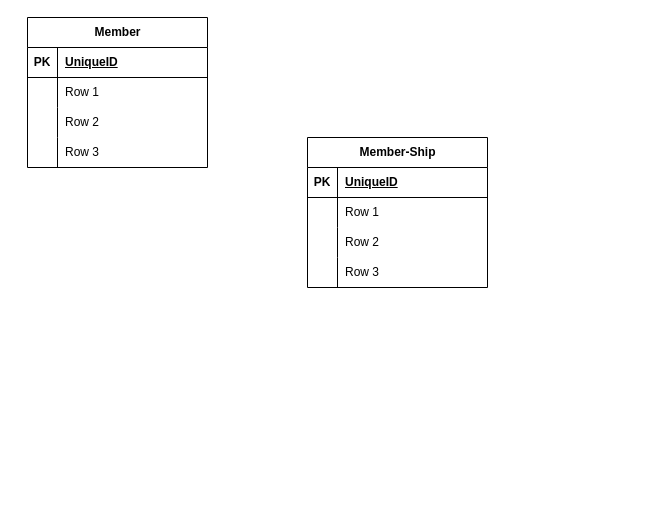
WaseemAlikhwan/Gym-System keeps this draw.io diagram as Untitled Diagram.drawio. Above is the earlier version. Source tidied: cells renumbered, new cells numbered last; positions are measured from the earlier drawing's top-left corner, leaving out a move shared by most shapes. Both pictures are drawn from the tidied source at 100%, with x=0, y=0 at pixel (27, 17).
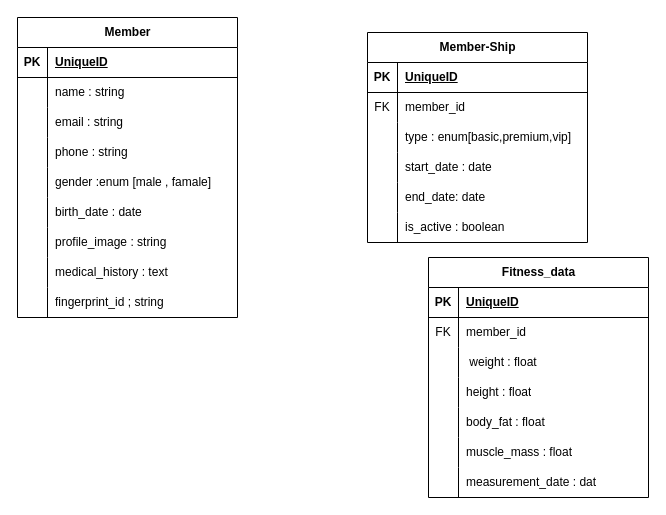
The same diagram, later.

The edit, as a diff of the source:
```diff
@@
     <mxCell id="2" value="Member-Ship" style="shape=table;startSize=30;childLayout=tableLayout;rowLines=0;fontStyle=1;align=center;html=1;" parent="1" vertex="1">
-      <mxGeometry x="280" y="120" width="180" height="150" as="geometry" />
+      <mxGeometry x="340" y="15" width="220" height="210" as="geometry" />
     </mxCell>
     <mxCell id="3" style="shape=tableRow;horizontal=0;startSize=0;swimlaneHead=0;swimlaneBody=0;fillColor=none;top=0;left=0;right=0;bottom=1;" parent="2" vertex="1">
-      <mxGeometry y="30" width="180" height="30" as="geometry" />
+      <mxGeometry y="30" width="220" height="30" as="geometry" />
     </mxCell>
@@
     <mxCell id="5" value="UniqueID" style="shape=partialRectangle;fillColor=none;top=0;left=0;bottom=0;right=0;align=left;spacingLeft=6;fontStyle=5;overflow=hidden;whiteSpace=wrap;html=1;" parent="3" vertex="1">
-      <mxGeometry x="30" width="150" height="30" as="geometry" />
+      <mxGeometry x="30" width="190" height="30" as="geometry" />
     </mxCell>
     <mxCell id="6" style="shape=tableRow;horizontal=0;startSize=0;swimlaneHead=0;swimlaneBody=0;fillColor=none;top=0;left=0;right=0;bottom=0;" parent="2" vertex="1">
-      <mxGeometry y="60" width="180" height="30" as="geometry" />
+      <mxGeometry y="60" width="220" height="30" as="geometry" />
     </mxCell>
-    <mxCell id="7" style="shape=partialRectangle;fillColor=none;top=0;left=0;bottom=0;right=0;overflow=hidden;whiteSpace=wrap;html=1;" parent="6" vertex="1">
+    <mxCell id="7" value="FK" style="shape=partialRectangle;fillColor=none;top=0;left=0;bottom=0;right=0;overflow=hidden;whiteSpace=wrap;html=1;" parent="6" vertex="1">
       <mxGeometry width="30" height="30" as="geometry" />
     </mxCell>
-    <mxCell id="8" value="Row 1" style="shape=partialRectangle;fillColor=none;top=0;left=0;bottom=0;right=0;align=left;spacingLeft=6;overflow=hidden;whiteSpace=wrap;html=1;" parent="6" vertex="1">
-      <mxGeometry x="30" width="150" height="30" as="geometry" />
+    <mxCell id="8" value="member_id" style="shape=partialRectangle;fillColor=none;top=0;left=0;bottom=0;right=0;align=left;spacingLeft=6;overflow=hidden;whiteSpace=wrap;html=1;" parent="6" vertex="1">
+      <mxGeometry x="30" width="190" height="30" as="geometry" />
     </mxCell>
     <mxCell id="9" style="shape=tableRow;horizontal=0;startSize=0;swimlaneHead=0;swimlaneBody=0;fillColor=none;top=0;left=0;right=0;bottom=0;" parent="2" vertex="1">
-      <mxGeometry y="90" width="180" height="30" as="geometry" />
+      <mxGeometry y="90" width="220" height="30" as="geometry" />
     </mxCell>
@@
-    <mxCell id="11" value="Row 2" style="shape=partialRectangle;fillColor=none;top=0;left=0;bottom=0;right=0;align=left;spacingLeft=6;overflow=hidden;whiteSpace=wrap;html=1;" parent="9" vertex="1">
-      <mxGeometry x="30" width="150" height="30" as="geometry" />
+    <mxCell id="11" value="type : enum[basic,premium,vip]&amp;nbsp;" style="shape=partialRectangle;fillColor=none;top=0;left=0;bottom=0;right=0;align=left;spacingLeft=6;overflow=hidden;whiteSpace=wrap;html=1;" parent="9" vertex="1">
+      <mxGeometry x="30" width="190" height="30" as="geometry" />
     </mxCell>
     <mxCell id="12" style="shape=tableRow;horizontal=0;startSize=0;swimlaneHead=0;swimlaneBody=0;fillColor=none;top=0;left=0;right=0;bottom=0;" parent="2" vertex="1">
-      <mxGeometry y="120" width="180" height="30" as="geometry" />
+      <mxGeometry y="120" width="220" height="30" as="geometry" />
     </mxCell>
@@
-    <mxCell id="14" value="Row 3" style="shape=partialRectangle;fillColor=none;top=0;left=0;bottom=0;right=0;align=left;spacingLeft=6;overflow=hidden;whiteSpace=wrap;html=1;" parent="12" vertex="1">
-      <mxGeometry x="30" width="150" height="30" as="geometry" />
+    <mxCell id="14" value="start_date : date" style="shape=partialRectangle;fillColor=none;top=0;left=0;bottom=0;right=0;align=left;spacingLeft=6;overflow=hidden;whiteSpace=wrap;html=1;" parent="12" vertex="1">
+      <mxGeometry x="30" width="190" height="30" as="geometry" />
     </mxCell>
+    <mxCell id="28" style="shape=tableRow;horizontal=0;startSize=0;swimlaneHead=0;swimlaneBody=0;fillColor=none;top=0;left=0;right=0;bottom=0;" parent="2" vertex="1">
+      <mxGeometry y="150" width="220" height="30" as="geometry" />
+    </mxCell>
+    <mxCell id="29" style="shape=partialRectangle;fillColor=none;top=0;left=0;bottom=0;right=0;overflow=hidden;whiteSpace=wrap;html=1;" parent="28" vertex="1">
+      <mxGeometry width="30" height="30" as="geometry" />
+    </mxCell>
+    <mxCell id="30" value="end_date: date" style="shape=partialRectangle;fillColor=none;top=0;left=0;bottom=0;right=0;align=left;spacingLeft=6;overflow=hidden;whiteSpace=wrap;html=1;" parent="28" vertex="1">
+      <mxGeometry x="30" width="190" height="30" as="geometry" />
+    </mxCell>
+    <mxCell id="31" style="shape=tableRow;horizontal=0;startSize=0;swimlaneHead=0;swimlaneBody=0;fillColor=none;top=0;left=0;right=0;bottom=0;" parent="2" vertex="1">
+      <mxGeometry y="180" width="220" height="30" as="geometry" />
+    </mxCell>
+    <mxCell id="32" style="shape=partialRectangle;fillColor=none;top=0;left=0;bottom=0;right=0;overflow=hidden;whiteSpace=wrap;html=1;" parent="31" vertex="1">
+      <mxGeometry width="30" height="30" as="geometry" />
+    </mxCell>
+    <mxCell id="33" value="is_active : boolean" style="shape=partialRectangle;fillColor=none;top=0;left=0;bottom=0;right=0;align=left;spacingLeft=6;overflow=hidden;whiteSpace=wrap;html=1;" parent="31" vertex="1">
+      <mxGeometry x="30" width="190" height="30" as="geometry" />
+    </mxCell>
     <mxCell id="15" value="Member" style="shape=table;startSize=30;childLayout=tableLayout;rowLines=0;fontStyle=1;align=center;html=1;" parent="1" vertex="1">
-      <mxGeometry width="180" height="150" as="geometry" />
+      <mxGeometry x="-10" width="220" height="300" as="geometry" />
     </mxCell>
     <mxCell id="16" style="shape=tableRow;horizontal=0;startSize=0;swimlaneHead=0;swimlaneBody=0;fillColor=none;top=0;left=0;right=0;bottom=1;" parent="15" vertex="1">
-      <mxGeometry y="30" width="180" height="30" as="geometry" />
+      <mxGeometry y="30" width="220" height="30" as="geometry" />
     </mxCell>
@@
     <mxCell id="18" value="UniqueID" style="shape=partialRectangle;fillColor=none;top=0;left=0;bottom=0;right=0;align=left;spacingLeft=6;fontStyle=5;overflow=hidden;whiteSpace=wrap;html=1;" parent="16" vertex="1">
-      <mxGeometry x="30" width="150" height="30" as="geometry" />
+      <mxGeometry x="30" width="190" height="30" as="geometry" />
     </mxCell>
     <mxCell id="19" style="shape=tableRow;horizontal=0;startSize=0;swimlaneHead=0;swimlaneBody=0;fillColor=none;top=0;left=0;right=0;bottom=0;" parent="15" vertex="1">
-      <mxGeometry y="60" width="180" height="30" as="geometry" />
+      <mxGeometry y="60" width="220" height="30" as="geometry" />
     </mxCell>
@@
-    <mxCell id="21" value="Row 1" style="shape=partialRectangle;fillColor=none;top=0;left=0;bottom=0;right=0;align=left;spacingLeft=6;overflow=hidden;whiteSpace=wrap;html=1;" parent="19" vertex="1">
-      <mxGeometry x="30" width="150" height="30" as="geometry" />
+    <mxCell id="21" value="name : string" style="shape=partialRectangle;fillColor=none;top=0;left=0;bottom=0;right=0;align=left;spacingLeft=6;overflow=hidden;whiteSpace=wrap;html=1;" parent="19" vertex="1">
+      <mxGeometry x="30" width="190" height="30" as="geometry" />
     </mxCell>
     <mxCell id="22" style="shape=tableRow;horizontal=0;startSize=0;swimlaneHead=0;swimlaneBody=0;fillColor=none;top=0;left=0;right=0;bottom=0;" parent="15" vertex="1">
-      <mxGeometry y="90" width="180" height="30" as="geometry" />
+      <mxGeometry y="90" width="220" height="30" as="geometry" />
     </mxCell>
@@
-    <mxCell id="24" value="Row 2" style="shape=partialRectangle;fillColor=none;top=0;left=0;bottom=0;right=0;align=left;spacingLeft=6;overflow=hidden;whiteSpace=wrap;html=1;" parent="22" vertex="1">
-      <mxGeometry x="30" width="150" height="30" as="geometry" />
+    <mxCell id="24" value="email : string&amp;nbsp;" style="shape=partialRectangle;fillColor=none;top=0;left=0;bottom=0;right=0;align=left;spacingLeft=6;overflow=hidden;whiteSpace=wrap;html=1;" parent="22" vertex="1">
+      <mxGeometry x="30" width="190" height="30" as="geometry" />
     </mxCell>
     <mxCell id="25" style="shape=tableRow;horizontal=0;startSize=0;swimlaneHead=0;swimlaneBody=0;fillColor=none;top=0;left=0;right=0;bottom=0;" parent="15" vertex="1">
-      <mxGeometry y="120" width="180" height="30" as="geometry" />
+      <mxGeometry y="120" width="220" height="30" as="geometry" />
     </mxCell>
@@
-    <mxCell id="27" value="Row 3" style="shape=partialRectangle;fillColor=none;top=0;left=0;bottom=0;right=0;align=left;spacingLeft=6;overflow=hidden;whiteSpace=wrap;html=1;" parent="25" vertex="1">
-      <mxGeometry x="30" width="150" height="30" as="geometry" />
+    <mxCell id="27" value="phone : string" style="shape=partialRectangle;fillColor=none;top=0;left=0;bottom=0;right=0;align=left;spacingLeft=6;overflow=hidden;whiteSpace=wrap;html=1;" parent="25" vertex="1">
+      <mxGeometry x="30" width="190" height="30" as="geometry" />
     </mxCell>
+    <mxCell id="34" style="shape=tableRow;horizontal=0;startSize=0;swimlaneHead=0;swimlaneBody=0;fillColor=none;top=0;left=0;right=0;bottom=0;" parent="15" vertex="1">
+      <mxGeometry y="150" width="220" height="30" as="geometry" />
+    </mxCell>
+    <mxCell id="35" style="shape=partialRectangle;fillColor=none;top=0;left=0;bottom=0;right=0;overflow=hidden;whiteSpace=wrap;html=1;" parent="34" vertex="1">
+      <mxGeometry width="30" height="30" as="geometry" />
+    </mxCell>
+    <mxCell id="36" value="gender :enum [male , famale]" style="shape=partialRectangle;fillColor=none;top=0;left=0;bottom=0;right=0;align=left;spacingLeft=6;overflow=hidden;whiteSpace=wrap;html=1;" parent="34" vertex="1">
+      <mxGeometry x="30" width="190" height="30" as="geometry" />
+    </mxCell>
+    <mxCell id="37" style="shape=tableRow;horizontal=0;startSize=0;swimlaneHead=0;swimlaneBody=0;fillColor=none;top=0;left=0;right=0;bottom=0;" parent="15" vertex="1">
+      <mxGeometry y="180" width="220" height="30" as="geometry" />
+    </mxCell>
+    <mxCell id="38" style="shape=partialRectangle;fillColor=none;top=0;left=0;bottom=0;right=0;overflow=hidden;whiteSpace=wrap;html=1;" parent="37" vertex="1">
+      <mxGeometry width="30" height="30" as="geometry" />
+    </mxCell>
+    <mxCell id="39" value="birth_date : date" style="shape=partialRectangle;fillColor=none;top=0;left=0;bottom=0;right=0;align=left;spacingLeft=6;overflow=hidden;whiteSpace=wrap;html=1;" parent="37" vertex="1">
+      <mxGeometry x="30" width="190" height="30" as="geometry" />
+    </mxCell>
+    <mxCell id="40" style="shape=tableRow;horizontal=0;startSize=0;swimlaneHead=0;swimlaneBody=0;fillColor=none;top=0;left=0;right=0;bottom=0;" parent="15" vertex="1">
+      <mxGeometry y="210" width="220" height="30" as="geometry" />
+    </mxCell>
+    <mxCell id="41" style="shape=partialRectangle;fillColor=none;top=0;left=0;bottom=0;right=0;overflow=hidden;whiteSpace=wrap;html=1;" parent="40" vertex="1">
+      <mxGeometry width="30" height="30" as="geometry" />
+    </mxCell>
+    <mxCell id="42" value="profile_image : string" style="shape=partialRectangle;fillColor=none;top=0;left=0;bottom=0;right=0;align=left;spacingLeft=6;overflow=hidden;whiteSpace=wrap;html=1;" parent="40" vertex="1">
+      <mxGeometry x="30" width="190" height="30" as="geometry" />
+    </mxCell>
+    <mxCell id="43" style="shape=tableRow;horizontal=0;startSize=0;swimlaneHead=0;swimlaneBody=0;fillColor=none;top=0;left=0;right=0;bottom=0;" parent="15" vertex="1">
+      <mxGeometry y="240" width="220" height="30" as="geometry" />
+    </mxCell>
+    <mxCell id="44" style="shape=partialRectangle;fillColor=none;top=0;left=0;bottom=0;right=0;overflow=hidden;whiteSpace=wrap;html=1;" parent="43" vertex="1">
+      <mxGeometry width="30" height="30" as="geometry" />
+    </mxCell>
+    <mxCell id="45" value="medical_history : text" style="shape=partialRectangle;fillColor=none;top=0;left=0;bottom=0;right=0;align=left;spacingLeft=6;overflow=hidden;whiteSpace=wrap;html=1;" parent="43" vertex="1">
+      <mxGeometry x="30" width="190" height="30" as="geometry" />
+    </mxCell>
+    <mxCell id="46" style="shape=tableRow;horizontal=0;startSize=0;swimlaneHead=0;swimlaneBody=0;fillColor=none;top=0;left=0;right=0;bottom=0;" parent="15" vertex="1">
+      <mxGeometry y="270" width="220" height="30" as="geometry" />
+    </mxCell>
+    <mxCell id="47" style="shape=partialRectangle;fillColor=none;top=0;left=0;bottom=0;right=0;overflow=hidden;whiteSpace=wrap;html=1;" parent="46" vertex="1">
+      <mxGeometry width="30" height="30" as="geometry" />
+    </mxCell>
+    <mxCell id="48" value="fingerprint_id ; string" style="shape=partialRectangle;fillColor=none;top=0;left=0;bottom=0;right=0;align=left;spacingLeft=6;overflow=hidden;whiteSpace=wrap;html=1;" parent="46" vertex="1">
+      <mxGeometry x="30" width="190" height="30" as="geometry" />
+    </mxCell>
+    <mxCell id="49" value="Fitness_data" style="shape=table;startSize=30;childLayout=tableLayout;rowLines=0;fontStyle=1;align=center;html=1;" parent="1" vertex="1">
+      <mxGeometry x="401" y="240" width="220" height="240" as="geometry" />
+    </mxCell>
+    <mxCell id="50" style="shape=tableRow;horizontal=0;startSize=0;swimlaneHead=0;swimlaneBody=0;fillColor=none;top=0;left=0;right=0;bottom=1;" parent="49" vertex="1">
+      <mxGeometry y="30" width="220" height="30" as="geometry" />
+    </mxCell>
+    <mxCell id="51" value="PK" style="shape=partialRectangle;fillColor=none;top=0;left=0;bottom=0;right=0;fontStyle=1;overflow=hidden;whiteSpace=wrap;html=1;" parent="50" vertex="1">
+      <mxGeometry width="30" height="30" as="geometry" />
+    </mxCell>
+    <mxCell id="52" value="UniqueID" style="shape=partialRectangle;fillColor=none;top=0;left=0;bottom=0;right=0;align=left;spacingLeft=6;fontStyle=5;overflow=hidden;whiteSpace=wrap;html=1;" parent="50" vertex="1">
+      <mxGeometry x="30" width="190" height="30" as="geometry" />
+    </mxCell>
+    <mxCell id="53" style="shape=tableRow;horizontal=0;startSize=0;swimlaneHead=0;swimlaneBody=0;fillColor=none;top=0;left=0;right=0;bottom=0;" parent="49" vertex="1">
+      <mxGeometry y="60" width="220" height="30" as="geometry" />
+    </mxCell>
+    <mxCell id="54" value="FK" style="shape=partialRectangle;fillColor=none;top=0;left=0;bottom=0;right=0;overflow=hidden;whiteSpace=wrap;html=1;" parent="53" vertex="1">
+      <mxGeometry width="30" height="30" as="geometry" />
+    </mxCell>
+    <mxCell id="55" value="member_id" style="shape=partialRectangle;fillColor=none;top=0;left=0;bottom=0;right=0;align=left;spacingLeft=6;overflow=hidden;whiteSpace=wrap;html=1;" parent="53" vertex="1">
+      <mxGeometry x="30" width="190" height="30" as="geometry" />
+    </mxCell>
+    <mxCell id="56" style="shape=tableRow;horizontal=0;startSize=0;swimlaneHead=0;swimlaneBody=0;fillColor=none;top=0;left=0;right=0;bottom=0;" parent="49" vertex="1">
+      <mxGeometry y="90" width="220" height="30" as="geometry" />
+    </mxCell>
+    <mxCell id="57" style="shape=partialRectangle;fillColor=none;top=0;left=0;bottom=0;right=0;overflow=hidden;whiteSpace=wrap;html=1;" parent="56" vertex="1">
+      <mxGeometry width="30" height="30" as="geometry" />
+    </mxCell>
+    <mxCell id="58" value="&amp;nbsp;weight : float" style="shape=partialRectangle;fillColor=none;top=0;left=0;bottom=0;right=0;align=left;spacingLeft=6;overflow=hidden;whiteSpace=wrap;html=1;" parent="56" vertex="1">
+      <mxGeometry x="30" width="190" height="30" as="geometry" />
+    </mxCell>
+    <mxCell id="59" style="shape=tableRow;horizontal=0;startSize=0;swimlaneHead=0;swimlaneBody=0;fillColor=none;top=0;left=0;right=0;bottom=0;" parent="49" vertex="1">
+      <mxGeometry y="120" width="220" height="30" as="geometry" />
+    </mxCell>
+    <mxCell id="60" style="shape=partialRectangle;fillColor=none;top=0;left=0;bottom=0;right=0;overflow=hidden;whiteSpace=wrap;html=1;" parent="59" vertex="1">
+      <mxGeometry width="30" height="30" as="geometry" />
+    </mxCell>
+    <mxCell id="61" value="height : float" style="shape=partialRectangle;fillColor=none;top=0;left=0;bottom=0;right=0;align=left;spacingLeft=6;overflow=hidden;whiteSpace=wrap;html=1;" parent="59" vertex="1">
+      <mxGeometry x="30" width="190" height="30" as="geometry" />
+    </mxCell>
+    <mxCell id="62" style="shape=tableRow;horizontal=0;startSize=0;swimlaneHead=0;swimlaneBody=0;fillColor=none;top=0;left=0;right=0;bottom=0;" parent="49" vertex="1">
+      <mxGeometry y="150" width="220" height="30" as="geometry" />
+    </mxCell>
+    <mxCell id="63" style="shape=partialRectangle;fillColor=none;top=0;left=0;bottom=0;right=0;overflow=hidden;whiteSpace=wrap;html=1;" parent="62" vertex="1">
+      <mxGeometry width="30" height="30" as="geometry" />
+    </mxCell>
+    <mxCell id="64" value="body_fat : float" style="shape=partialRectangle;fillColor=none;top=0;left=0;bottom=0;right=0;align=left;spacingLeft=6;overflow=hidden;whiteSpace=wrap;html=1;" parent="62" vertex="1">
+      <mxGeometry x="30" width="190" height="30" as="geometry" />
+    </mxCell>
+    <mxCell id="65" style="shape=tableRow;horizontal=0;startSize=0;swimlaneHead=0;swimlaneBody=0;fillColor=none;top=0;left=0;right=0;bottom=0;" parent="49" vertex="1">
+      <mxGeometry y="180" width="220" height="30" as="geometry" />
+    </mxCell>
+    <mxCell id="66" style="shape=partialRectangle;fillColor=none;top=0;left=0;bottom=0;right=0;overflow=hidden;whiteSpace=wrap;html=1;" parent="65" vertex="1">
+      <mxGeometry width="30" height="30" as="geometry" />
+    </mxCell>
+    <mxCell id="67" value="muscle_mass : float" style="shape=partialRectangle;fillColor=none;top=0;left=0;bottom=0;right=0;align=left;spacingLeft=6;overflow=hidden;whiteSpace=wrap;html=1;" parent="65" vertex="1">
+      <mxGeometry x="30" width="190" height="30" as="geometry" />
+    </mxCell>
+    <mxCell id="68" style="shape=tableRow;horizontal=0;startSize=0;swimlaneHead=0;swimlaneBody=0;fillColor=none;top=0;left=0;right=0;bottom=0;" parent="49" vertex="1">
+      <mxGeometry y="210" width="220" height="30" as="geometry" />
+    </mxCell>
+    <mxCell id="69" style="shape=partialRectangle;fillColor=none;top=0;left=0;bottom=0;right=0;overflow=hidden;whiteSpace=wrap;html=1;" parent="68" vertex="1">
+      <mxGeometry width="30" height="30" as="geometry" />
+    </mxCell>
+    <mxCell id="70" value="measurement_date : dat" style="shape=partialRectangle;fillColor=none;top=0;left=0;bottom=0;right=0;align=left;spacingLeft=6;overflow=hidden;whiteSpace=wrap;html=1;" parent="68" vertex="1">
+      <mxGeometry x="30" width="190" height="30" as="geometry" />
+    </mxCell>
```
